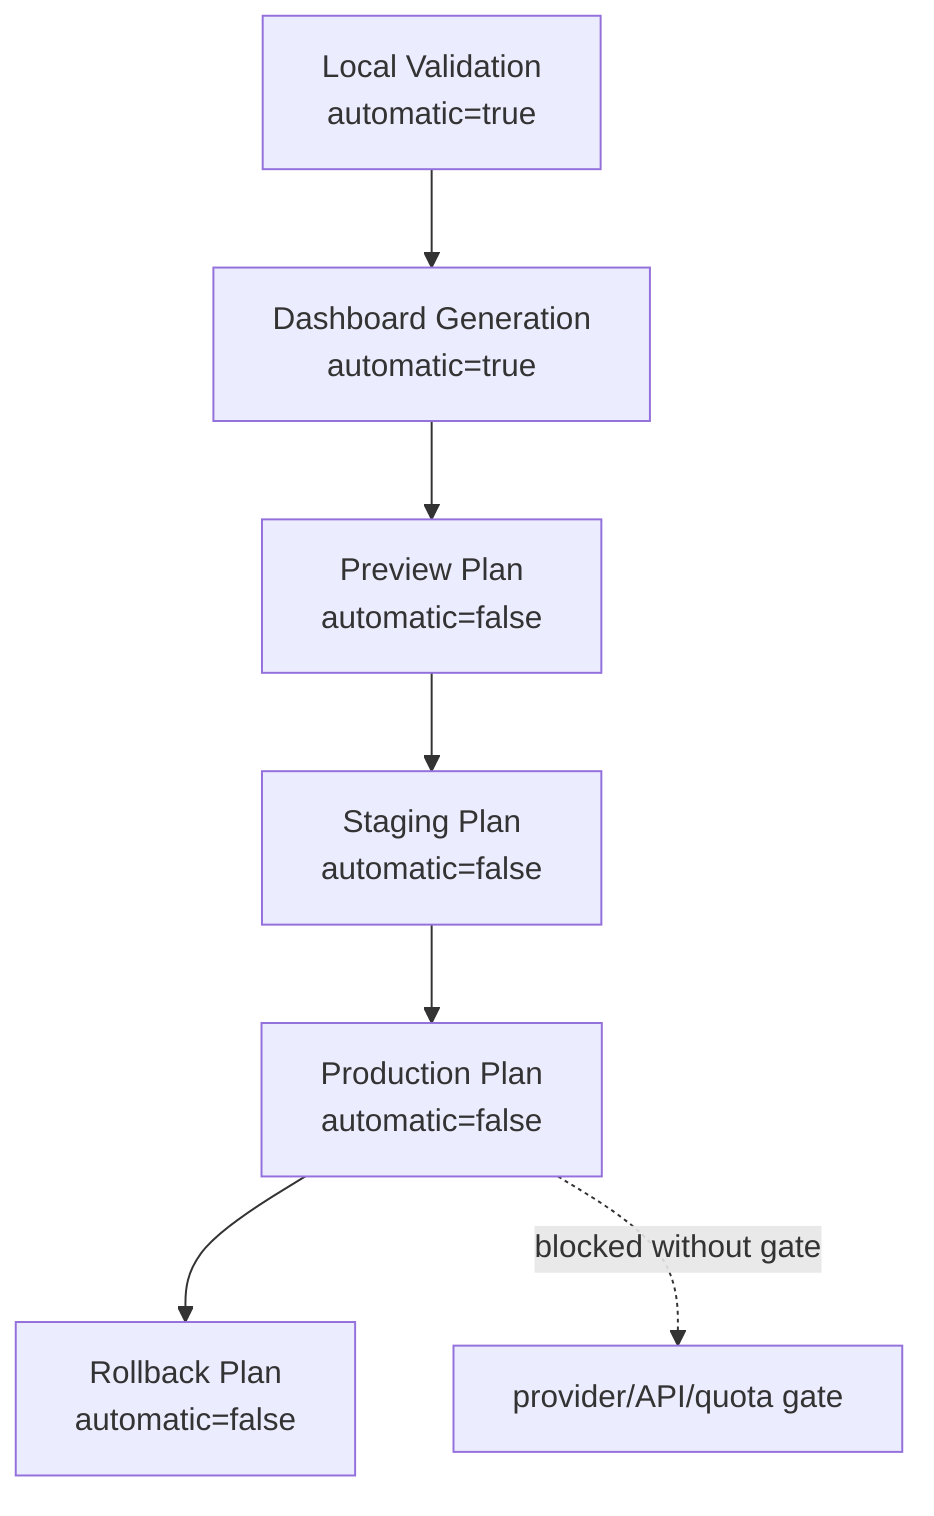
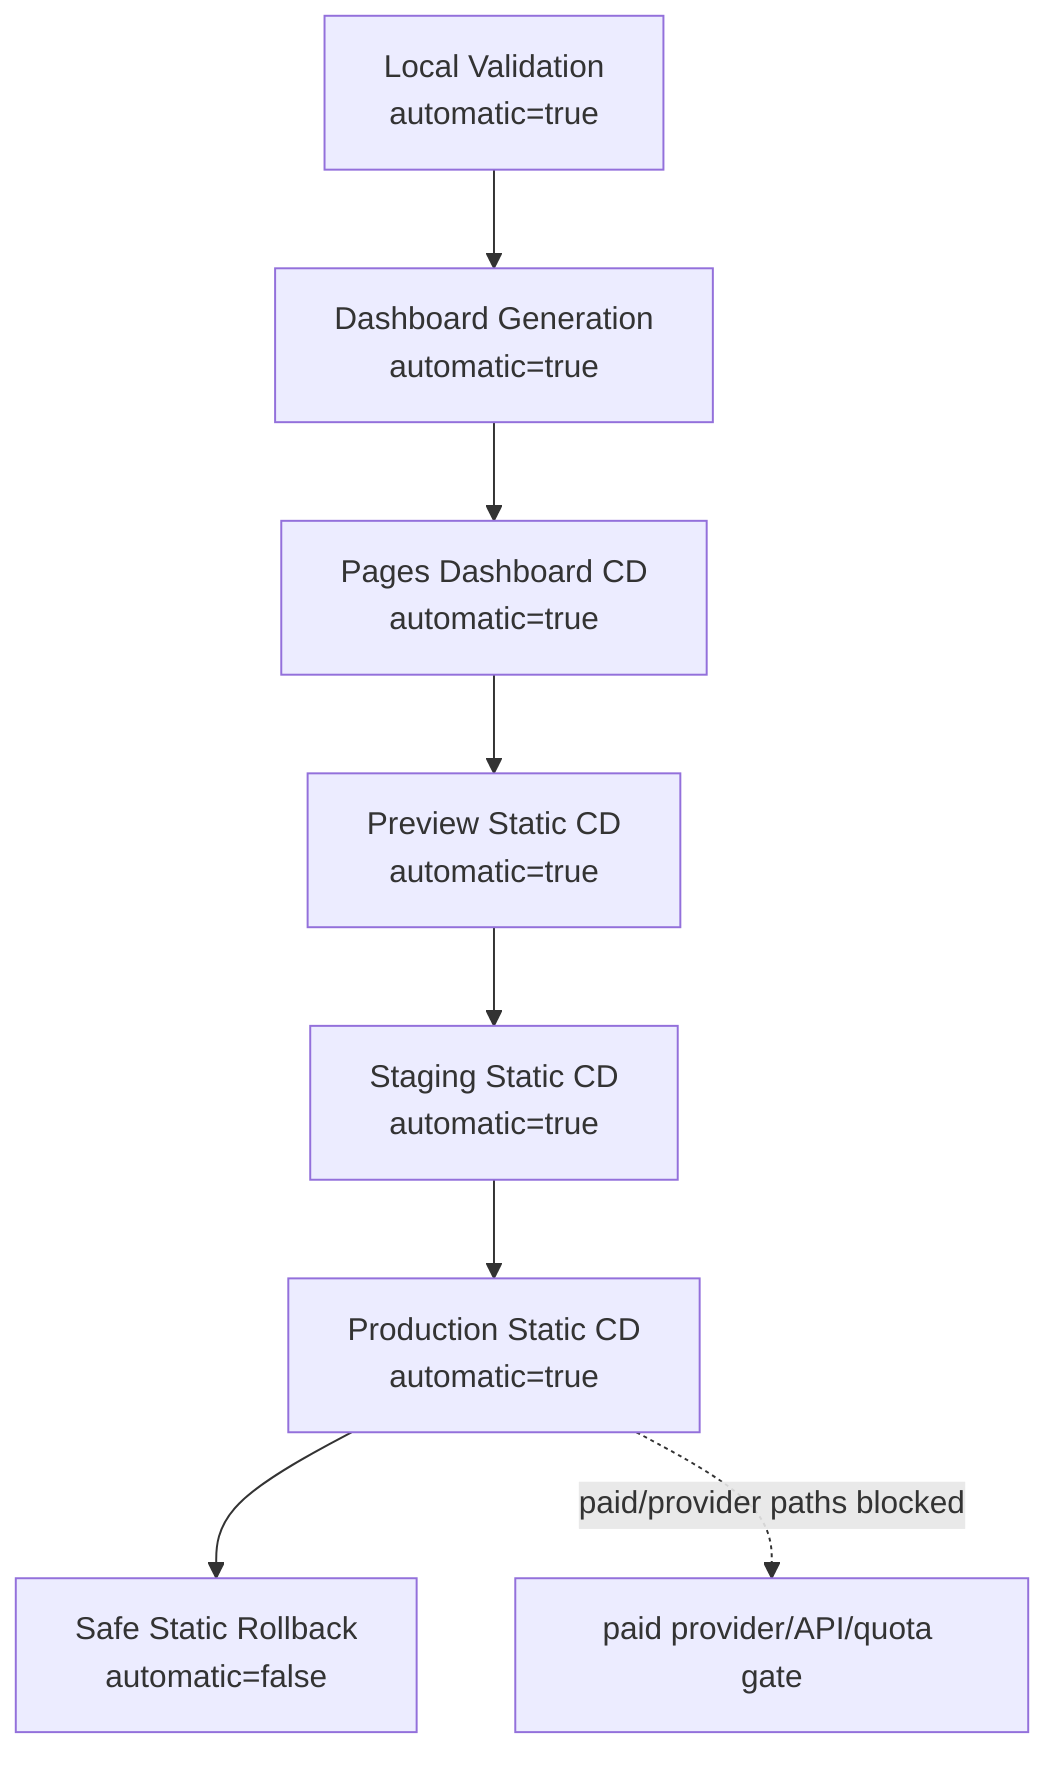
%% control_artifact=true
%% not_research_evidence=true
%% not_citation=true
%% not_answer_support=true
%% generated_by=codex-hotl-implementation-pipeline
- %% foundation_manifest_sha256=aec47839699a4afc87a6b09ce43ac242c3ad6618d53cbda571e808a90585f7f1
+ %% foundation_manifest_sha256=7cc5dc62c698c980af141cad9b4e2969014032413c11b7a8b97f0317fff3e983
flowchart TD
  local_validation["Local Validation\nautomatic=true"]
  dashboard["Dashboard Generation\nautomatic=true"]
  local_validation --> dashboard
-   preview["Preview Plan\nautomatic=false"]
-   dashboard --> preview
-   staging["Staging Plan\nautomatic=false"]
+   pages_dashboard["Pages Dashboard CD\nautomatic=true"]
+   dashboard --> pages_dashboard
+   preview["Preview Static CD\nautomatic=true"]
+   pages_dashboard --> preview
+   staging["Staging Static CD\nautomatic=true"]
  preview --> staging
-   production["Production Plan\nautomatic=false"]
+   production["Production Static CD\nautomatic=true"]
  staging --> production
-   rollback["Rollback Plan\nautomatic=false"]
+   rollback["Safe Static Rollback\nautomatic=false"]
  production --> rollback
-   provider_gate["provider/API/quota gate"]
-   production -. blocked without gate .-> provider_gate
+   paid_gate["paid provider/API/quota gate"]
+   production -. paid/provider paths blocked .-> paid_gate
